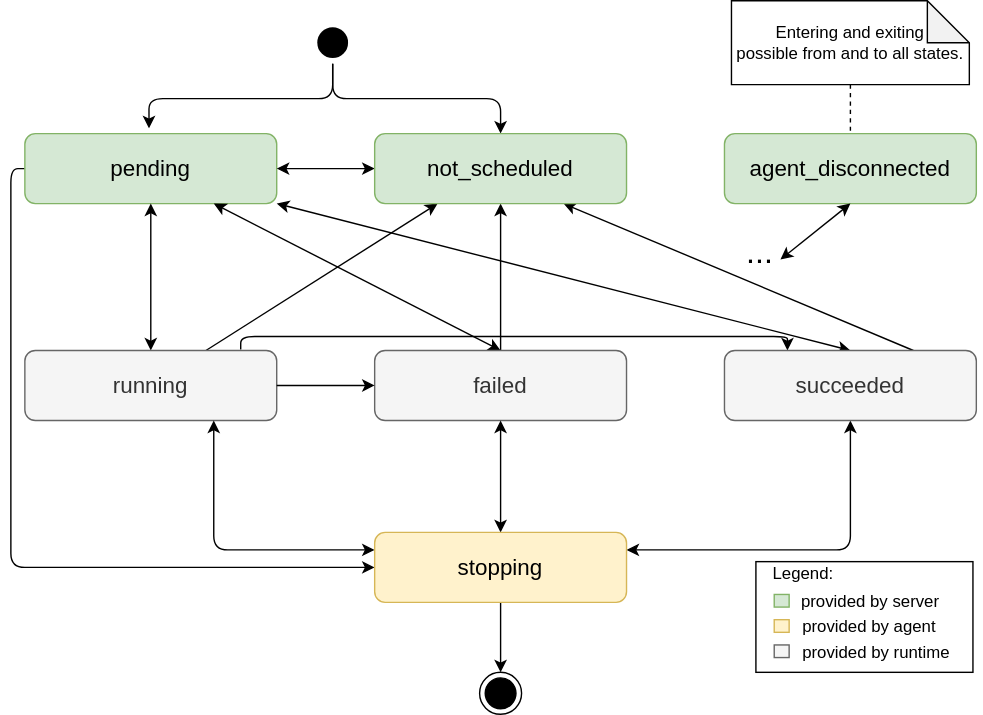
The draw.io diagram common/doc/swdesign/drawio/state_workload_execution_major_states.drawio.svg in eclipse-ankaios/ankaios, before a commit. Source tidied: cells renumbered, new cells last; positions are measured from the earlier drawing's top-left corner, leaving out a move shared by most shapes.
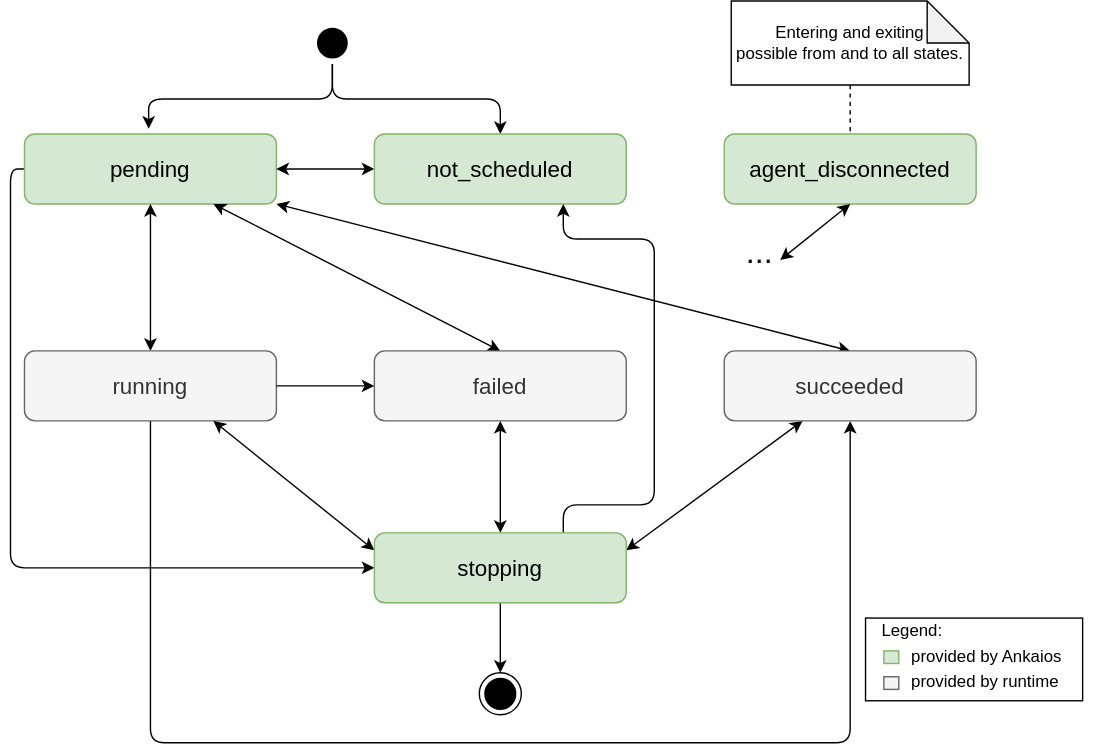
Above is the later version.

Commit message:
Use explicit stopping state when stopping triggered by Ankaios (#199)

Change to the diagram source:
```diff
@@ -22,7 +22,7 @@
     </mxCell>
     <mxCell id="8" style="edgeStyle=orthogonalEdgeStyle;html=1;entryX=0;entryY=0.5;entryDx=0;entryDy=0;startArrow=none;startFill=0;exitX=0;exitY=0.75;exitDx=0;exitDy=0;" parent="1" edge="1">
       <mxGeometry relative="1" as="geometry">
-        <mxPoint x="155" y="102.5" as="sourcePoint" />
+        <mxPoint x="175" y="102.5" as="sourcePoint" />
       </mxGeometry>
     </mxCell>
     <mxCell id="9" style="edgeStyle=none;html=1;fontSize=16;entryX=0.5;entryY=0;entryDx=0;entryDy=0;exitX=0.5;exitY=1;exitDx=0;exitDy=0;startArrow=classic;startFill=1;" parent="1" edge="1" source="7" target="17">
@@ -36,42 +36,34 @@
     </mxCell>
     <mxCell id="12" style="edgeStyle=orthogonalEdgeStyle;html=1;entryX=1;entryY=0.5;entryDx=0;entryDy=0;startArrow=classic;startFill=1;exitX=1;exitY=0.25;exitDx=0;exitDy=0;" parent="1" edge="1">
       <mxGeometry relative="1" as="geometry">
-        <mxPoint x="280" y="125" as="targetPoint" />
+        <mxPoint x="300" y="125" as="targetPoint" />
         <Array as="points">
-          <mxPoint x="290" y="148" />
-          <mxPoint x="290" y="125" />
+          <mxPoint x="310" y="148" />
+          <mxPoint x="310" y="125" />
         </Array>
       </mxGeometry>
     </mxCell>
-    <mxCell id="13" style="edgeStyle=none;html=1;entryX=0.5;entryY=1;entryDx=0;entryDy=0;startArrow=none;startFill=0;" parent="1" edge="1" source="14" target="35">
-      <mxGeometry relative="1" as="geometry" />
-    </mxCell>
     <mxCell id="14" value="&lt;font style=&quot;font-size: 16px;&quot;&gt;failed&lt;br&gt;&lt;/font&gt;" style="rounded=1;whiteSpace=wrap;html=1;strokeColor=#666666;fillColor=#f5f5f5;fontColor=#333333;" parent="1" vertex="1">
       <mxGeometry x="250" y="250" width="180" height="50" as="geometry" />
     </mxCell>
-    <mxCell id="15" style="edgeStyle=orthogonalEdgeStyle;html=1;entryX=0.25;entryY=0;entryDx=0;entryDy=0;fontSize=16;fontColor=#2d2525;exitX=0.857;exitY=-0.014;exitDx=0;exitDy=0;exitPerimeter=0;" parent="1" edge="1" source="17" target="20">
-      <mxGeometry relative="1" as="geometry" />
+    <mxCell id="15" style="edgeStyle=orthogonalEdgeStyle;html=1;entryX=0.5;entryY=1;entryDx=0;entryDy=0;fontSize=16;fontColor=#2d2525;exitX=0.5;exitY=1;exitDx=0;exitDy=0;" parent="1" edge="1" source="17" target="20">
+      <mxGeometry relative="1" as="geometry">
+        <Array as="points">
+          <mxPoint x="90" y="530" />
+          <mxPoint x="590" y="530" />
+        </Array>
+      </mxGeometry>
     </mxCell>
-    <mxCell id="16" style="edgeStyle=none;html=1;entryX=0.25;entryY=1;entryDx=0;entryDy=0;startArrow=none;startFill=0;" parent="1" edge="1" source="17" target="35">
-      <mxGeometry relative="1" as="geometry" />
-    </mxCell>
     <mxCell id="17" value="&lt;font style=&quot;font-size: 16px;&quot;&gt;running&lt;br&gt;&lt;/font&gt;" style="rounded=1;whiteSpace=wrap;html=1;strokeColor=#666666;fillColor=#f5f5f5;fontColor=#333333;" parent="1" vertex="1">
       <mxGeometry y="250" width="180" height="50" as="geometry" />
     </mxCell>
-    <mxCell id="18" style="edgeStyle=orthogonalEdgeStyle;html=1;startArrow=classic;startFill=1;entryX=1;entryY=0.25;entryDx=0;entryDy=0;" parent="1" edge="1" source="20" target="41">
-      <mxGeometry relative="1" as="geometry">
-        <Array as="points">
-          <mxPoint x="590" y="393" />
-        </Array>
-      </mxGeometry>
+    <mxCell id="18" style="html=1;startArrow=classic;startFill=1;entryX=1;entryY=0.25;entryDx=0;entryDy=0;" parent="1" edge="1" source="20" target="41">
+      <mxGeometry relative="1" as="geometry" />
     </mxCell>
-    <mxCell id="19" style="edgeStyle=none;html=1;entryX=0.75;entryY=1;entryDx=0;entryDy=0;startArrow=none;startFill=0;exitX=0.75;exitY=0;exitDx=0;exitDy=0;" parent="1" edge="1" source="20" target="35">
-      <mxGeometry relative="1" as="geometry" />
-    </mxCell>
     <mxCell id="20" value="&lt;font style=&quot;font-size: 16px;&quot;&gt;succeeded&lt;br&gt;&lt;/font&gt;" style="rounded=1;whiteSpace=wrap;html=1;strokeColor=#666666;fillColor=#f5f5f5;fontColor=#333333;" parent="1" vertex="1">
       <mxGeometry x="500" y="250" width="180" height="50" as="geometry" />
     </mxCell>
-    <mxCell id="21" style="edgeStyle=orthogonalEdgeStyle;html=1;entryX=0;entryY=0.25;entryDx=0;entryDy=0;fontSize=16;exitX=0.75;exitY=1;exitDx=0;exitDy=0;startArrow=classic;startFill=1;" parent="1" edge="1" source="17" target="41">
+    <mxCell id="21" style="html=1;entryX=0;entryY=0.25;entryDx=0;entryDy=0;fontSize=16;exitX=0.75;exitY=1;exitDx=0;exitDy=0;startArrow=classic;startFill=1;" parent="1" edge="1" source="17" target="41">
       <mxGeometry relative="1" as="geometry" />
     </mxCell>
     <mxCell id="22" value="&lt;font style=&quot;font-size: 16px;&quot;&gt;agent_disconnected&lt;br&gt;&lt;/font&gt;" style="rounded=1;whiteSpace=wrap;html=1;strokeColor=#82b366;fillColor=#d5e8d4;" parent="1" vertex="1">
@@ -79,12 +71,12 @@
     </mxCell>
     <mxCell id="23" style="edgeStyle=orthogonalEdgeStyle;html=1;entryX=0;entryY=0.5;entryDx=0;entryDy=0;startArrow=none;startFill=0;exitX=0;exitY=0.75;exitDx=0;exitDy=0;" parent="1" edge="1">
       <mxGeometry relative="1" as="geometry">
-        <mxPoint x="155" y="72.5" as="sourcePoint" />
+        <mxPoint x="175" y="72.5" as="sourcePoint" />
       </mxGeometry>
     </mxCell>
     <mxCell id="24" style="edgeStyle=orthogonalEdgeStyle;html=1;entryX=1;entryY=0.5;entryDx=0;entryDy=0;startArrow=classic;startFill=1;exitX=1;exitY=0.5;exitDx=0;exitDy=0;" parent="1" edge="1">
       <mxGeometry relative="1" as="geometry">
-        <mxPoint x="280" y="65" as="sourcePoint" />
+        <mxPoint x="300" y="65" as="sourcePoint" />
       </mxGeometry>
     </mxCell>
     <mxCell id="25" style="edgeStyle=orthogonalEdgeStyle;html=1;entryX=0;entryY=0.5;entryDx=0;entryDy=0;startArrow=none;startFill=0;exitX=1;exitY=0.5;exitDx=0;exitDy=0;" parent="1" edge="1" source="17" target="14">
@@ -92,15 +84,15 @@
     </mxCell>
     <mxCell id="26" style="edgeStyle=orthogonalEdgeStyle;html=1;entryX=0;entryY=0.5;entryDx=0;entryDy=0;startArrow=none;startFill=0;exitX=0;exitY=0.5;exitDx=0;exitDy=0;" parent="1" edge="1">
       <mxGeometry relative="1" as="geometry">
-        <mxPoint x="155" y="255" as="sourcePoint" />
+        <mxPoint x="175" y="255" as="sourcePoint" />
       </mxGeometry>
     </mxCell>
     <mxCell id="27" style="edgeStyle=orthogonalEdgeStyle;html=1;entryX=0;entryY=0.5;entryDx=0;entryDy=0;startArrow=none;startFill=0;exitX=0;exitY=0.5;exitDx=0;exitDy=0;" parent="1" edge="1">
       <mxGeometry relative="1" as="geometry">
-        <mxPoint x="155" y="255" as="sourcePoint" />
+        <mxPoint x="175" y="255" as="sourcePoint" />
         <Array as="points">
-          <mxPoint x="140" y="255" />
-          <mxPoint x="140" y="345" />
+          <mxPoint x="160" y="255" />
+          <mxPoint x="160" y="345" />
         </Array>
       </mxGeometry>
     </mxCell>
@@ -109,35 +101,35 @@
     </mxCell>
     <mxCell id="29" style="edgeStyle=orthogonalEdgeStyle;html=1;entryX=1;entryY=0.75;entryDx=0;entryDy=0;startArrow=classic;startFill=1;exitX=1;exitY=0.5;exitDx=0;exitDy=0;" parent="1" edge="1">
       <mxGeometry relative="1" as="geometry">
-        <mxPoint x="690" y="315" as="sourcePoint" />
+        <mxPoint x="710" y="315" as="sourcePoint" />
         <Array as="points">
-          <mxPoint x="720" y="315" />
-          <mxPoint x="720" y="413" />
+          <mxPoint x="740" y="315" />
+          <mxPoint x="740" y="413" />
         </Array>
       </mxGeometry>
     </mxCell>
     <mxCell id="30" style="edgeStyle=orthogonalEdgeStyle;html=1;entryX=1;entryY=0.25;entryDx=0;entryDy=0;startArrow=classic;startFill=1;exitX=1;exitY=0.25;exitDx=0;exitDy=0;" parent="1" edge="1">
       <mxGeometry relative="1" as="geometry">
-        <mxPoint x="690" y="337.5" as="sourcePoint" />
+        <mxPoint x="710" y="337.5" as="sourcePoint" />
         <Array as="points">
-          <mxPoint x="710" y="338" />
-          <mxPoint x="710" y="398" />
+          <mxPoint x="730" y="338" />
+          <mxPoint x="730" y="398" />
         </Array>
       </mxGeometry>
     </mxCell>
     <mxCell id="31" style="edgeStyle=orthogonalEdgeStyle;html=1;entryX=0.999;entryY=0.662;entryDx=0;entryDy=0;startArrow=classic;startFill=1;exitX=1;exitY=0.5;exitDx=0;exitDy=0;entryPerimeter=0;" parent="1" edge="1">
       <mxGeometry relative="1" as="geometry">
-        <mxPoint x="689.9" y="167.9" as="targetPoint" />
+        <mxPoint x="709.9" y="167.9" as="targetPoint" />
       </mxGeometry>
     </mxCell>
     <mxCell id="32" style="edgeStyle=orthogonalEdgeStyle;html=1;entryX=1;entryY=0.5;entryDx=0;entryDy=0;startArrow=classic;startFill=1;exitX=1;exitY=0.75;exitDx=0;exitDy=0;" parent="1" edge="1">
       <mxGeometry relative="1" as="geometry">
-        <mxPoint x="280" y="322.5" as="sourcePoint" />
+        <mxPoint x="300" y="322.5" as="sourcePoint" />
       </mxGeometry>
     </mxCell>
     <mxCell id="33" style="edgeStyle=orthogonalEdgeStyle;html=1;entryX=1;entryY=0.75;entryDx=0;entryDy=0;startArrow=none;startFill=0;exitX=1;exitY=0.25;exitDx=0;exitDy=0;" parent="1" edge="1">
       <mxGeometry relative="1" as="geometry">
-        <mxPoint x="280" y="262.5" as="targetPoint" />
+        <mxPoint x="300" y="262.5" as="targetPoint" />
       </mxGeometry>
     </mxCell>
     <mxCell id="34" style="edgeStyle=none;html=1;entryX=1;entryY=0.5;entryDx=0;entryDy=0;startArrow=classic;startFill=1;" parent="1" edge="1" source="35" target="7">
@@ -163,35 +155,39 @@
     <mxCell id="40" style="edgeStyle=none;html=1;" parent="1" edge="1" source="41" target="5">
       <mxGeometry relative="1" as="geometry" />
     </mxCell>
+    <mxCell id="51" style="edgeStyle=orthogonalEdgeStyle;html=1;entryX=0.75;entryY=1;entryDx=0;entryDy=0;exitX=0.75;exitY=0;exitDx=0;exitDy=0;" parent="1" edge="1" source="41" target="35">
+      <mxGeometry relative="1" as="geometry">
+        <Array as="points">
+          <mxPoint x="385" y="360" />
+          <mxPoint x="450" y="360" />
+          <mxPoint x="450" y="170" />
+          <mxPoint x="385" y="170" />
+        </Array>
+      </mxGeometry>
+    </mxCell>
-    <mxCell id="41" value="&lt;font style=&quot;font-size: 16px;&quot;&gt;stopping&lt;br&gt;&lt;/font&gt;" style="rounded=1;whiteSpace=wrap;html=1;strokeColor=#d6b656;fillColor=#fff2cc;" parent="1" vertex="1">
+    <mxCell id="41" value="&lt;font style=&quot;font-size: 16px;&quot;&gt;stopping&lt;br&gt;&lt;/font&gt;" style="rounded=1;whiteSpace=wrap;html=1;strokeColor=#82b366;fillColor=#d5e8d4;" parent="1" vertex="1">
       <mxGeometry x="250" y="380" width="180" height="50" as="geometry" />
     </mxCell>
-    <mxCell id="42" style="group;" parent="1" vertex="1">
-      <mxGeometry x="520.5" y="395" width="163.5" height="86.4" as="geometry" />
-    </mxCell>
-    <mxCell id="43" style="rounded=0;whiteSpace=wrap;html=1;" parent="42" vertex="1">
-      <mxGeometry x="2" y="5.9" width="155.1" height="79.1" as="geometry" />
-    </mxCell>
+    <mxCell id="52" style="group;" parent="1" vertex="1">
+      <mxGeometry x="600" y="440" width="162.5" height="96.5" as="geometry" />
+    </mxCell>
+    <mxCell id="53" style="rounded=0;whiteSpace=wrap;html=1;" parent="52" vertex="1">
+      <mxGeometry x="1" y="0.9" width="155.1" height="59.1" as="geometry" />
+    </mxCell>
-    <mxCell id="44" value="Legend:" style="text;html=1;align=center;verticalAlign=middle;strokeColor=none;fillColor=none;" parent="42" vertex="1">
-      <mxGeometry width="70" height="30" as="geometry" />
+    <mxCell id="44" value="Legend:" style="text;html=1;align=center;verticalAlign=middle;strokeColor=none;fillColor=none;" parent="52" vertex="1">
+      <mxGeometry x="-1" y="-5" width="70" height="30" as="geometry" />
     </mxCell>
-    <mxCell id="45" style="rounded=0;whiteSpace=wrap;html=1;fillColor=#d5e8d4;strokeColor=#82b366;" parent="42" vertex="1">
-      <mxGeometry x="15.1" y="29.4" width="10.7" height="9" as="geometry" />
-    </mxCell>
-    <mxCell id="46" style="rounded=0;whiteSpace=wrap;html=1;fillColor=#fff2cc;strokeColor=#d6b656;" parent="42" vertex="1">
-      <mxGeometry x="15.1" y="47.4" width="10.7" height="9" as="geometry" />
-    </mxCell>
-    <mxCell id="47" style="rounded=0;whiteSpace=wrap;html=1;fillColor=#f5f5f5;fontColor=#333333;strokeColor=#666666;" parent="42" vertex="1">
-      <mxGeometry x="15.1" y="65.4" width="10.7" height="9" as="geometry" />
-    </mxCell>
-    <mxCell id="48" value="provided by server" style="text;html=1;align=center;verticalAlign=middle;strokeColor=none;fillColor=none;" parent="42" vertex="1">
-      <mxGeometry x="23.8" y="20.3" width="120" height="30" as="geometry" />
-    </mxCell>
-    <mxCell id="49" value="provided by agent" style="text;html=1;align=left;verticalAlign=middle;strokeColor=none;fillColor=none;" parent="42" vertex="1">
-      <mxGeometry x="33.5" y="38.4" width="120" height="30" as="geometry" />
-    </mxCell>
+    <mxCell id="54" style="rounded=0;whiteSpace=wrap;html=1;fillColor=#d5e8d4;strokeColor=#82b366;" parent="52" vertex="1">
+      <mxGeometry x="14.1" y="24.4" width="10.7" height="9" as="geometry" />
+    </mxCell>
+    <mxCell id="55" style="rounded=0;whiteSpace=wrap;html=1;fillColor=#f5f5f5;fontColor=#333333;strokeColor=#666666;" parent="52" vertex="1">
+      <mxGeometry x="14.1" y="42.8" width="10.7" height="9" as="geometry" />
+    </mxCell>
+    <mxCell id="56" value="provided by Ankaios" style="text;html=1;align=left;verticalAlign=middle;strokeColor=none;fillColor=none;" parent="52" vertex="1">
+      <mxGeometry x="32.5" y="13.9" width="130" height="30" as="geometry" />
+    </mxCell>
-    <mxCell id="50" value="provided by runtime" style="text;html=1;align=left;verticalAlign=middle;strokeColor=none;fillColor=none;" parent="42" vertex="1">
-      <mxGeometry x="33.5" y="56.4" width="130" height="30" as="geometry" />
+    <mxCell id="50" value="provided by runtime" style="text;html=1;align=left;verticalAlign=middle;strokeColor=none;fillColor=none;" parent="52" vertex="1">
+      <mxGeometry x="32.5" y="32.3" width="130" height="30" as="geometry" />
     </mxCell>
   </root>
 </mxGraphModel>
```
